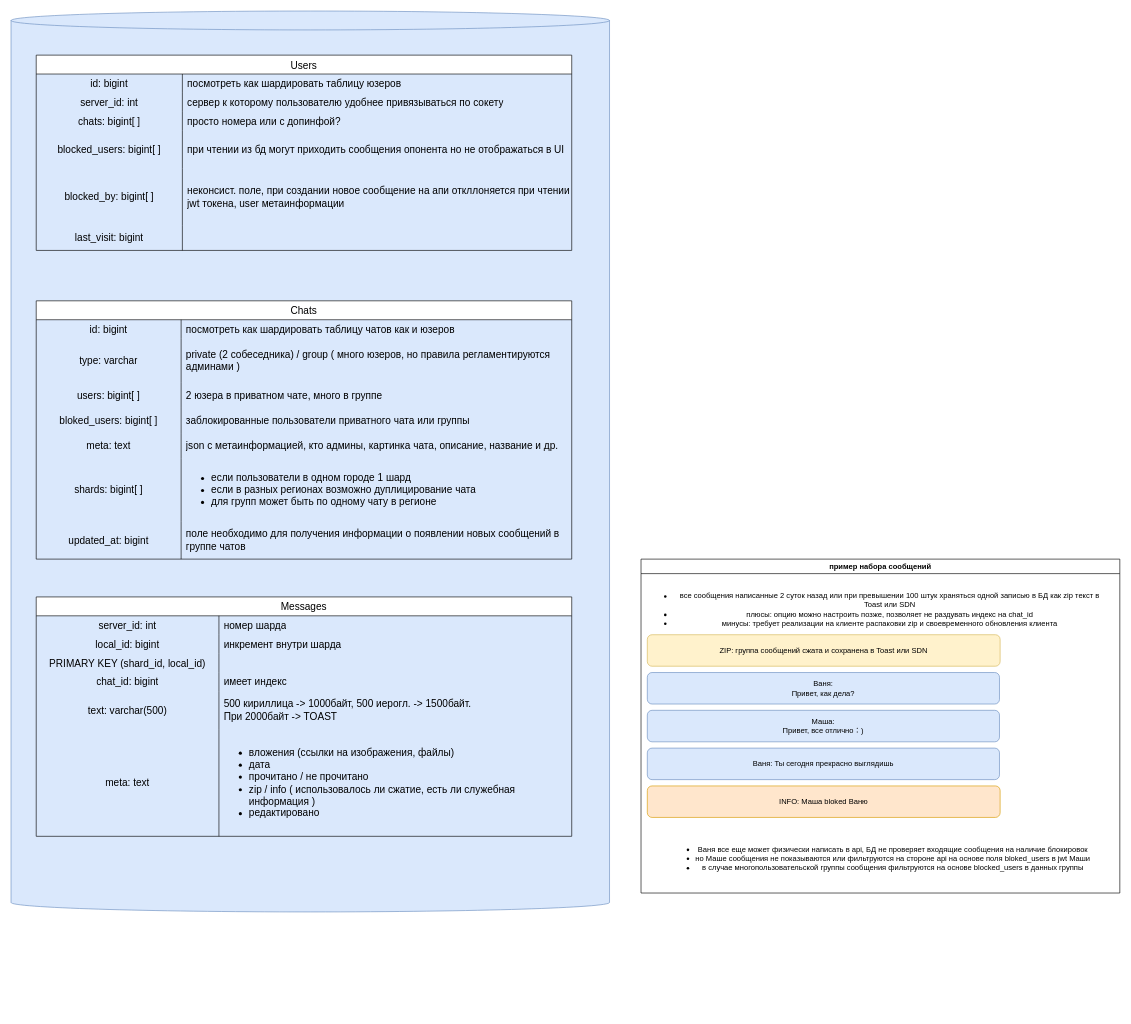
Before: page "messenger (models)" (7 of 9) of architecture.drawio in KmnPetr/SysDesign, a draw.io diagram. Source tidied: cells renumbered, new cells numbered last; positions are measured from the earlier drawing's top-left corner, leaving out a move shared by most shapes. Both pictures are drawn from the tidied source at 63%, with x=0, y=0 at pixel (11, 11).
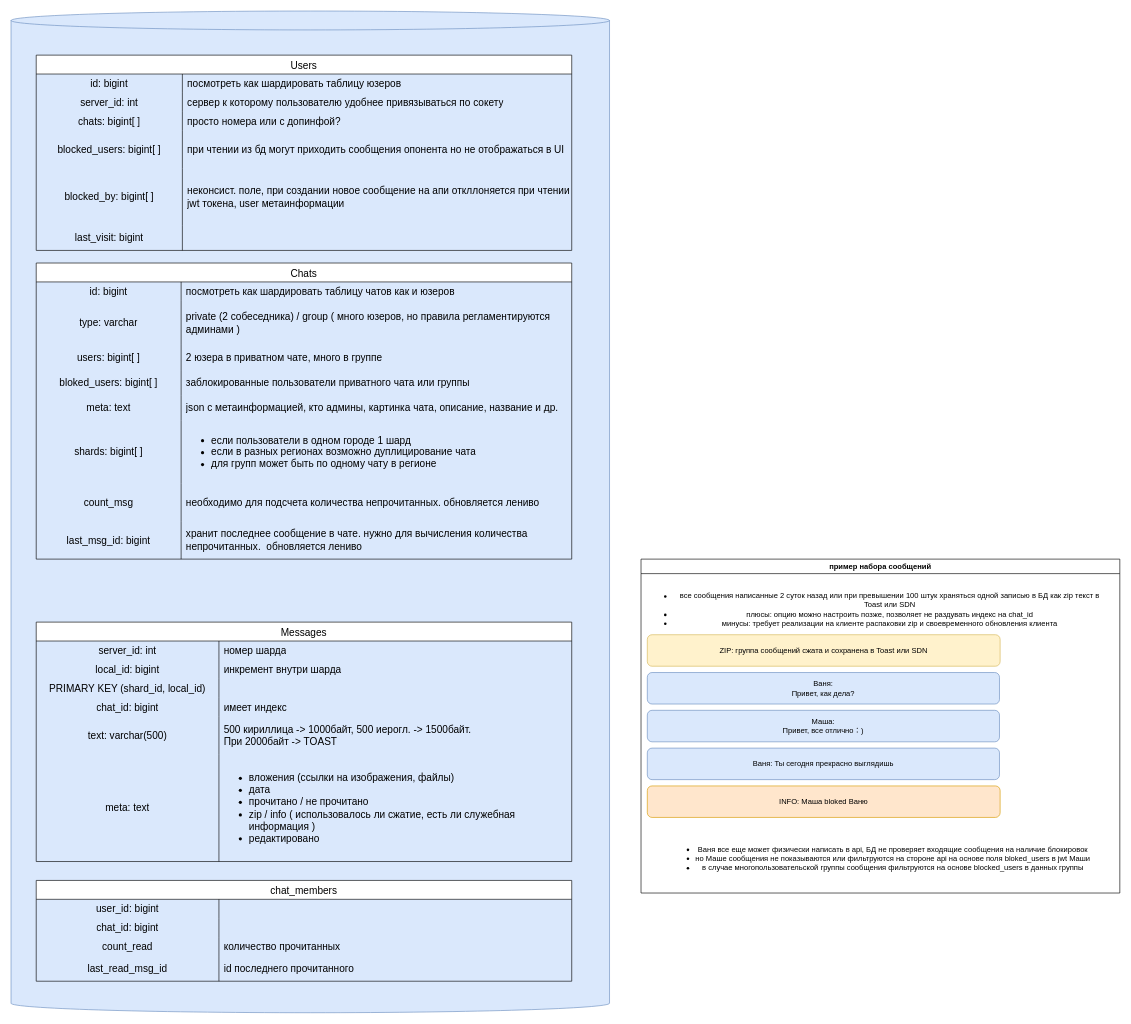
After the change.

The change refers to these unchanged cells:
```xml
<mxCell id="41" style="shape=tableRow;horizontal=0;startSize=0;swimlaneHead=0;swimlaneBody=0;top=0;left=0;bottom=0;right=0;fillColor=none;strokeColor=inherit;fontSize=16;" parent="22" vertex="1">
  <mxGeometry y="350" width="850" height="60" as="geometry" />
</mxCell>
<mxCell id="45" style="shape=tableRow;horizontal=0;startSize=0;swimlaneHead=0;swimlaneBody=0;top=0;left=0;bottom=0;right=0;fillColor=none;strokeColor=inherit;fontSize=16;" parent="44" vertex="1">
  <mxGeometry y="30" width="850" height="30" as="geometry" />
</mxCell>
<mxCell id="48" style="shape=tableRow;horizontal=0;startSize=0;swimlaneHead=0;swimlaneBody=0;top=0;left=0;bottom=0;right=0;fillColor=none;strokeColor=inherit;fontSize=16;" parent="44" vertex="1">
  <mxGeometry y="60" width="850" height="30" as="geometry" />
</mxCell>
<mxCell id="51" style="shape=tableRow;horizontal=0;startSize=0;swimlaneHead=0;swimlaneBody=0;top=0;left=0;bottom=0;right=0;fillColor=none;strokeColor=inherit;fontSize=16;" parent="44" vertex="1">
  <mxGeometry y="90" width="850" height="30" as="geometry" />
</mxCell>
```

Diff of the diagram source:
```diff
@@
     <mxCell id="2" style="shape=cylinder3;whiteSpace=wrap;html=1;boundedLbl=1;backgroundOutline=1;size=15;fillColor=#dae8fc;strokeColor=#6c8ebf;" parent="1" vertex="1">
-      <mxGeometry width="950" height="1430" as="geometry" />
+      <mxGeometry width="950" height="1590" as="geometry" />
     </mxCell>
@@
     <mxCell id="22" value="Chats" style="shape=table;startSize=30;childLayout=tableLayout;rowLines=0;fontStyle=0;strokeColor=default;fontSize=16;" parent="1" vertex="1">
-      <mxGeometry x="40" y="460" width="850" height="410" as="geometry" />
+      <mxGeometry x="40" y="400" width="850" height="470" as="geometry" />
     </mxCell>
@@
-    <mxCell id="42" value="updated_at: bigint" style="shape=partialRectangle;html=1;whiteSpace=wrap;fillColor=none;top=0;left=0;bottom=0;right=0;overflow=hidden;strokeColor=inherit;fontSize=16;" parent="41" vertex="1">
+    <mxCell id="42" value="count_msg" style="shape=partialRectangle;html=1;whiteSpace=wrap;fillColor=none;top=0;left=0;bottom=0;right=0;overflow=hidden;strokeColor=inherit;fontSize=16;" parent="41" vertex="1">
       <mxGeometry width="230" height="60" as="geometry" />
     </mxCell>
-    <mxCell id="43" value="поле необходимо для получения информации о появлении новых сообщений в группе чатов" style="shape=partialRectangle;html=1;whiteSpace=wrap;fillColor=none;top=0;left=0;bottom=0;right=0;align=left;spacingLeft=6;overflow=hidden;strokeColor=inherit;fontSize=16;" parent="41" vertex="1">
+    <mxCell id="43" value="необходимо для подсчета количества непрочитанных. обновляется лениво" style="shape=partialRectangle;html=1;whiteSpace=wrap;fillColor=none;top=0;left=0;bottom=0;right=0;align=left;spacingLeft=6;overflow=hidden;strokeColor=inherit;fontSize=16;" parent="41" vertex="1">
       <mxGeometry x="230" width="620" height="60" as="geometry" />
     </mxCell>
+    <mxCell id="71" style="shape=tableRow;horizontal=0;startSize=0;swimlaneHead=0;swimlaneBody=0;top=0;left=0;bottom=0;right=0;fillColor=none;strokeColor=inherit;fontSize=16;" parent="22" vertex="1">
+      <mxGeometry y="410" width="850" height="60" as="geometry" />
+    </mxCell>
+    <mxCell id="72" value="last_msg_id: bigint" style="shape=partialRectangle;html=1;whiteSpace=wrap;fillColor=none;top=0;left=0;bottom=0;right=0;overflow=hidden;strokeColor=inherit;fontSize=16;" parent="71" vertex="1">
+      <mxGeometry width="230" height="60" as="geometry" />
+    </mxCell>
+    <mxCell id="73" value="хранит последнее сообщение в чате. нужно для вычисления количества непрочитанных.&amp;nbsp; обновляется лениво" style="shape=partialRectangle;html=1;whiteSpace=wrap;fillColor=none;top=0;left=0;bottom=0;right=0;align=left;spacingLeft=6;overflow=hidden;strokeColor=inherit;fontSize=16;" parent="71" vertex="1">
+      <mxGeometry x="230" width="620" height="60" as="geometry" />
+    </mxCell>
-    <mxCell id="44" value="Messages" style="shape=table;startSize=30;childLayout=tableLayout;rowLines=0;fontStyle=0;strokeColor=default;fontSize=16;" parent="1" vertex="1">
-      <mxGeometry x="40" y="930" width="850" height="380" as="geometry" />
+    <mxCell id="44" value="chat_members" style="shape=table;startSize=30;childLayout=tableLayout;rowLines=0;fontStyle=0;strokeColor=default;fontSize=16;" parent="1" vertex="1">
+      <mxGeometry x="40" y="1380" width="850" height="160" as="geometry" />
     </mxCell>
@@
-    <mxCell id="46" value="server_id: int" style="shape=partialRectangle;html=1;whiteSpace=wrap;fillColor=none;top=0;left=0;bottom=0;right=0;overflow=hidden;strokeColor=inherit;fontSize=16;" parent="45" vertex="1">
+    <mxCell id="46" value="user_id: bigint" style="shape=partialRectangle;html=1;whiteSpace=wrap;fillColor=none;top=0;left=0;bottom=0;right=0;overflow=hidden;strokeColor=inherit;fontSize=16;" parent="45" vertex="1">
       <mxGeometry width="290" height="30" as="geometry" />
     </mxCell>
-    <mxCell id="47" value="номер шарда" style="shape=partialRectangle;html=1;whiteSpace=wrap;fillColor=none;top=0;left=0;bottom=0;right=0;align=left;spacingLeft=6;overflow=hidden;strokeColor=inherit;fontSize=16;" parent="45" vertex="1">
+    <mxCell id="47" style="shape=partialRectangle;html=1;whiteSpace=wrap;fillColor=none;top=0;left=0;bottom=0;right=0;align=left;spacingLeft=6;overflow=hidden;strokeColor=inherit;fontSize=16;" parent="45" vertex="1">
       <mxGeometry x="290" width="560" height="30" as="geometry" />
     </mxCell>
@@
-    <mxCell id="49" value="local_id: bigint" style="shape=partialRectangle;html=1;whiteSpace=wrap;fillColor=none;top=0;left=0;bottom=0;right=0;overflow=hidden;strokeColor=inherit;fontSize=16;" parent="48" vertex="1">
+    <mxCell id="49" value="chat_id: bigint" style="shape=partialRectangle;html=1;whiteSpace=wrap;fillColor=none;top=0;left=0;bottom=0;right=0;overflow=hidden;strokeColor=inherit;fontSize=16;" parent="48" vertex="1">
       <mxGeometry width="290" height="30" as="geometry" />
     </mxCell>
-    <mxCell id="50" value="инкремент внутри шарда" style="shape=partialRectangle;html=1;whiteSpace=wrap;fillColor=none;top=0;left=0;bottom=0;right=0;align=left;spacingLeft=6;overflow=hidden;strokeColor=inherit;fontSize=16;" parent="48" vertex="1">
+    <mxCell id="50" style="shape=partialRectangle;html=1;whiteSpace=wrap;fillColor=none;top=0;left=0;bottom=0;right=0;align=left;spacingLeft=6;overflow=hidden;strokeColor=inherit;fontSize=16;" parent="48" vertex="1">
       <mxGeometry x="290" width="560" height="30" as="geometry" />
     </mxCell>
@@
-    <mxCell id="52" value="PRIMARY KEY (shard_id, local_id)" style="shape=partialRectangle;html=1;whiteSpace=wrap;fillColor=none;top=0;left=0;bottom=0;right=0;overflow=hidden;strokeColor=inherit;fontSize=16;" parent="51" vertex="1">
+    <mxCell id="52" value="count_read" style="shape=partialRectangle;html=1;whiteSpace=wrap;fillColor=none;top=0;left=0;bottom=0;right=0;overflow=hidden;strokeColor=inherit;fontSize=16;" parent="51" vertex="1">
       <mxGeometry width="290" height="30" as="geometry" />
     </mxCell>
-    <mxCell id="53" style="shape=partialRectangle;html=1;whiteSpace=wrap;fillColor=none;top=0;left=0;bottom=0;right=0;align=left;spacingLeft=6;overflow=hidden;strokeColor=inherit;fontSize=16;" parent="51" vertex="1">
+    <mxCell id="53" value="количество прочитанных" style="shape=partialRectangle;html=1;whiteSpace=wrap;fillColor=none;top=0;left=0;bottom=0;right=0;align=left;spacingLeft=6;overflow=hidden;strokeColor=inherit;fontSize=16;" parent="51" vertex="1">
       <mxGeometry x="290" width="560" height="30" as="geometry" />
     </mxCell>
     <mxCell id="54" style="shape=tableRow;horizontal=0;startSize=0;swimlaneHead=0;swimlaneBody=0;top=0;left=0;bottom=0;right=0;fillColor=none;strokeColor=inherit;fontSize=16;" parent="44" vertex="1">
-      <mxGeometry y="120" width="850" height="30" as="geometry" />
+      <mxGeometry y="120" width="850" height="40" as="geometry" />
     </mxCell>
-    <mxCell id="55" value="chat_id: bigint" style="shape=partialRectangle;html=1;whiteSpace=wrap;fillColor=none;top=0;left=0;bottom=0;right=0;overflow=hidden;strokeColor=inherit;fontSize=16;" parent="54" vertex="1">
-      <mxGeometry width="290" height="30" as="geometry" />
+    <mxCell id="55" value="last_read_msg_id" style="shape=partialRectangle;html=1;whiteSpace=wrap;fillColor=none;top=0;left=0;bottom=0;right=0;overflow=hidden;strokeColor=inherit;fontSize=16;" parent="54" vertex="1">
+      <mxGeometry width="290" height="40" as="geometry" />
     </mxCell>
-    <mxCell id="56" value="имеет индекс" style="shape=partialRectangle;html=1;whiteSpace=wrap;fillColor=none;top=0;left=0;bottom=0;right=0;align=left;spacingLeft=6;overflow=hidden;strokeColor=inherit;fontSize=16;" parent="54" vertex="1">
-      <mxGeometry x="290" width="560" height="30" as="geometry" />
+    <mxCell id="56" value="id последнего прочитанного" style="shape=partialRectangle;html=1;whiteSpace=wrap;fillColor=none;top=0;left=0;bottom=0;right=0;align=left;spacingLeft=6;overflow=hidden;strokeColor=inherit;fontSize=16;" parent="54" vertex="1">
+      <mxGeometry x="290" width="560" height="40" as="geometry" />
     </mxCell>
-    <mxCell id="57" style="shape=tableRow;horizontal=0;startSize=0;swimlaneHead=0;swimlaneBody=0;top=0;left=0;bottom=0;right=0;fillColor=none;strokeColor=inherit;fontSize=16;" parent="44" vertex="1">
-      <mxGeometry y="150" width="850" height="60" as="geometry" />
-    </mxCell>
-    <mxCell id="58" value="text: varchar(500)" style="shape=partialRectangle;html=1;whiteSpace=wrap;fillColor=none;top=0;left=0;bottom=0;right=0;overflow=hidden;strokeColor=inherit;fontSize=16;" parent="57" vertex="1">
-      <mxGeometry width="290" height="60" as="geometry" />
-    </mxCell>
-    <mxCell id="59" value="500 кириллица -&amp;gt; 1000байт, 500 иерогл. -&amp;gt; 1500байт.&lt;div&gt;При 2000байт -&amp;gt; TOAST&lt;/div&gt;" style="shape=partialRectangle;html=1;whiteSpace=wrap;fillColor=none;top=0;left=0;bottom=0;right=0;align=left;spacingLeft=6;overflow=hidden;strokeColor=inherit;fontSize=16;" parent="57" vertex="1">
-      <mxGeometry x="290" width="560" height="60" as="geometry" />
-    </mxCell>
-    <mxCell id="60" style="shape=tableRow;horizontal=0;startSize=0;swimlaneHead=0;swimlaneBody=0;top=0;left=0;bottom=0;right=0;fillColor=none;strokeColor=inherit;fontSize=16;" parent="44" vertex="1">
-      <mxGeometry y="210" width="850" height="170" as="geometry" />
-    </mxCell>
-    <mxCell id="61" value="meta: text" style="shape=partialRectangle;html=1;whiteSpace=wrap;fillColor=none;top=0;left=0;bottom=0;right=0;overflow=hidden;strokeColor=inherit;fontSize=16;" parent="60" vertex="1">
-      <mxGeometry width="290" height="170" as="geometry" />
-    </mxCell>
-    <mxCell id="62" value="&lt;ul&gt;&lt;li&gt;вложения (ссылки на изображения, файлы)&lt;/li&gt;&lt;li&gt;дата&lt;/li&gt;&lt;li&gt;прочитано / не прочитано&lt;/li&gt;&lt;li&gt;zip / info ( использовалось ли сжатие, есть ли служебная информация )&lt;/li&gt;&lt;li&gt;редактировано&lt;/li&gt;&lt;/ul&gt;" style="shape=partialRectangle;html=1;whiteSpace=wrap;fillColor=none;top=0;left=0;bottom=0;right=0;align=left;spacingLeft=6;overflow=hidden;strokeColor=inherit;fontSize=16;" parent="60" vertex="1">
-      <mxGeometry x="290" width="560" height="170" as="geometry" />
-    </mxCell>
@@
+    <mxCell id="74" value="Messages" style="shape=table;startSize=30;childLayout=tableLayout;rowLines=0;fontStyle=0;strokeColor=default;fontSize=16;" parent="1" vertex="1">
+      <mxGeometry x="40" y="970" width="850" height="380" as="geometry" />
+    </mxCell>
+    <mxCell id="75" style="shape=tableRow;horizontal=0;startSize=0;swimlaneHead=0;swimlaneBody=0;top=0;left=0;bottom=0;right=0;fillColor=none;strokeColor=inherit;fontSize=16;" parent="74" vertex="1">
+      <mxGeometry y="30" width="850" height="30" as="geometry" />
+    </mxCell>
+    <mxCell id="76" value="server_id: int" style="shape=partialRectangle;html=1;whiteSpace=wrap;fillColor=none;top=0;left=0;bottom=0;right=0;overflow=hidden;strokeColor=inherit;fontSize=16;" parent="75" vertex="1">
+      <mxGeometry width="290" height="30" as="geometry" />
+    </mxCell>
+    <mxCell id="77" value="номер шарда" style="shape=partialRectangle;html=1;whiteSpace=wrap;fillColor=none;top=0;left=0;bottom=0;right=0;align=left;spacingLeft=6;overflow=hidden;strokeColor=inherit;fontSize=16;" parent="75" vertex="1">
+      <mxGeometry x="290" width="560" height="30" as="geometry" />
+    </mxCell>
+    <mxCell id="78" style="shape=tableRow;horizontal=0;startSize=0;swimlaneHead=0;swimlaneBody=0;top=0;left=0;bottom=0;right=0;fillColor=none;strokeColor=inherit;fontSize=16;" parent="74" vertex="1">
+      <mxGeometry y="60" width="850" height="30" as="geometry" />
+    </mxCell>
+    <mxCell id="79" value="local_id: bigint" style="shape=partialRectangle;html=1;whiteSpace=wrap;fillColor=none;top=0;left=0;bottom=0;right=0;overflow=hidden;strokeColor=inherit;fontSize=16;" parent="78" vertex="1">
+      <mxGeometry width="290" height="30" as="geometry" />
+    </mxCell>
+    <mxCell id="80" value="инкремент внутри шарда" style="shape=partialRectangle;html=1;whiteSpace=wrap;fillColor=none;top=0;left=0;bottom=0;right=0;align=left;spacingLeft=6;overflow=hidden;strokeColor=inherit;fontSize=16;" parent="78" vertex="1">
+      <mxGeometry x="290" width="560" height="30" as="geometry" />
+    </mxCell>
+    <mxCell id="81" style="shape=tableRow;horizontal=0;startSize=0;swimlaneHead=0;swimlaneBody=0;top=0;left=0;bottom=0;right=0;fillColor=none;strokeColor=inherit;fontSize=16;" parent="74" vertex="1">
+      <mxGeometry y="90" width="850" height="30" as="geometry" />
+    </mxCell>
+    <mxCell id="82" value="PRIMARY KEY (shard_id, local_id)" style="shape=partialRectangle;html=1;whiteSpace=wrap;fillColor=none;top=0;left=0;bottom=0;right=0;overflow=hidden;strokeColor=inherit;fontSize=16;" parent="81" vertex="1">
+      <mxGeometry width="290" height="30" as="geometry" />
+    </mxCell>
+    <mxCell id="83" style="shape=partialRectangle;html=1;whiteSpace=wrap;fillColor=none;top=0;left=0;bottom=0;right=0;align=left;spacingLeft=6;overflow=hidden;strokeColor=inherit;fontSize=16;" parent="81" vertex="1">
+      <mxGeometry x="290" width="560" height="30" as="geometry" />
+    </mxCell>
+    <mxCell id="84" style="shape=tableRow;horizontal=0;startSize=0;swimlaneHead=0;swimlaneBody=0;top=0;left=0;bottom=0;right=0;fillColor=none;strokeColor=inherit;fontSize=16;" parent="74" vertex="1">
+      <mxGeometry y="120" width="850" height="30" as="geometry" />
+    </mxCell>
+    <mxCell id="85" value="chat_id: bigint" style="shape=partialRectangle;html=1;whiteSpace=wrap;fillColor=none;top=0;left=0;bottom=0;right=0;overflow=hidden;strokeColor=inherit;fontSize=16;" parent="84" vertex="1">
+      <mxGeometry width="290" height="30" as="geometry" />
+    </mxCell>
+    <mxCell id="86" value="имеет индекс" style="shape=partialRectangle;html=1;whiteSpace=wrap;fillColor=none;top=0;left=0;bottom=0;right=0;align=left;spacingLeft=6;overflow=hidden;strokeColor=inherit;fontSize=16;" parent="84" vertex="1">
+      <mxGeometry x="290" width="560" height="30" as="geometry" />
+    </mxCell>
+    <mxCell id="57" style="shape=tableRow;horizontal=0;startSize=0;swimlaneHead=0;swimlaneBody=0;top=0;left=0;bottom=0;right=0;fillColor=none;strokeColor=inherit;fontSize=16;" parent="74" vertex="1">
+      <mxGeometry y="150" width="850" height="60" as="geometry" />
+    </mxCell>
+    <mxCell id="58" value="text: varchar(500)" style="shape=partialRectangle;html=1;whiteSpace=wrap;fillColor=none;top=0;left=0;bottom=0;right=0;overflow=hidden;strokeColor=inherit;fontSize=16;" parent="57" vertex="1">
+      <mxGeometry width="290" height="60" as="geometry" />
+    </mxCell>
+    <mxCell id="59" value="500 кириллица -&amp;gt; 1000байт, 500 иерогл. -&amp;gt; 1500байт.&lt;div&gt;При 2000байт -&amp;gt; TOAST&lt;/div&gt;" style="shape=partialRectangle;html=1;whiteSpace=wrap;fillColor=none;top=0;left=0;bottom=0;right=0;align=left;spacingLeft=6;overflow=hidden;strokeColor=inherit;fontSize=16;" parent="57" vertex="1">
+      <mxGeometry x="290" width="560" height="60" as="geometry" />
+    </mxCell>
+    <mxCell id="60" style="shape=tableRow;horizontal=0;startSize=0;swimlaneHead=0;swimlaneBody=0;top=0;left=0;bottom=0;right=0;fillColor=none;strokeColor=inherit;fontSize=16;" parent="74" vertex="1">
+      <mxGeometry y="210" width="850" height="170" as="geometry" />
+    </mxCell>
+    <mxCell id="61" value="meta: text" style="shape=partialRectangle;html=1;whiteSpace=wrap;fillColor=none;top=0;left=0;bottom=0;right=0;overflow=hidden;strokeColor=inherit;fontSize=16;" parent="60" vertex="1">
+      <mxGeometry width="290" height="170" as="geometry" />
+    </mxCell>
+    <mxCell id="62" value="&lt;ul&gt;&lt;li&gt;вложения (ссылки на изображения, файлы)&lt;/li&gt;&lt;li&gt;дата&lt;/li&gt;&lt;li&gt;прочитано / не прочитано&lt;/li&gt;&lt;li&gt;zip / info ( использовалось ли сжатие, есть ли служебная информация )&lt;/li&gt;&lt;li&gt;редактировано&lt;/li&gt;&lt;/ul&gt;" style="shape=partialRectangle;html=1;whiteSpace=wrap;fillColor=none;top=0;left=0;bottom=0;right=0;align=left;spacingLeft=6;overflow=hidden;strokeColor=inherit;fontSize=16;" parent="60" vertex="1">
+      <mxGeometry x="290" width="560" height="170" as="geometry" />
+    </mxCell>
```
